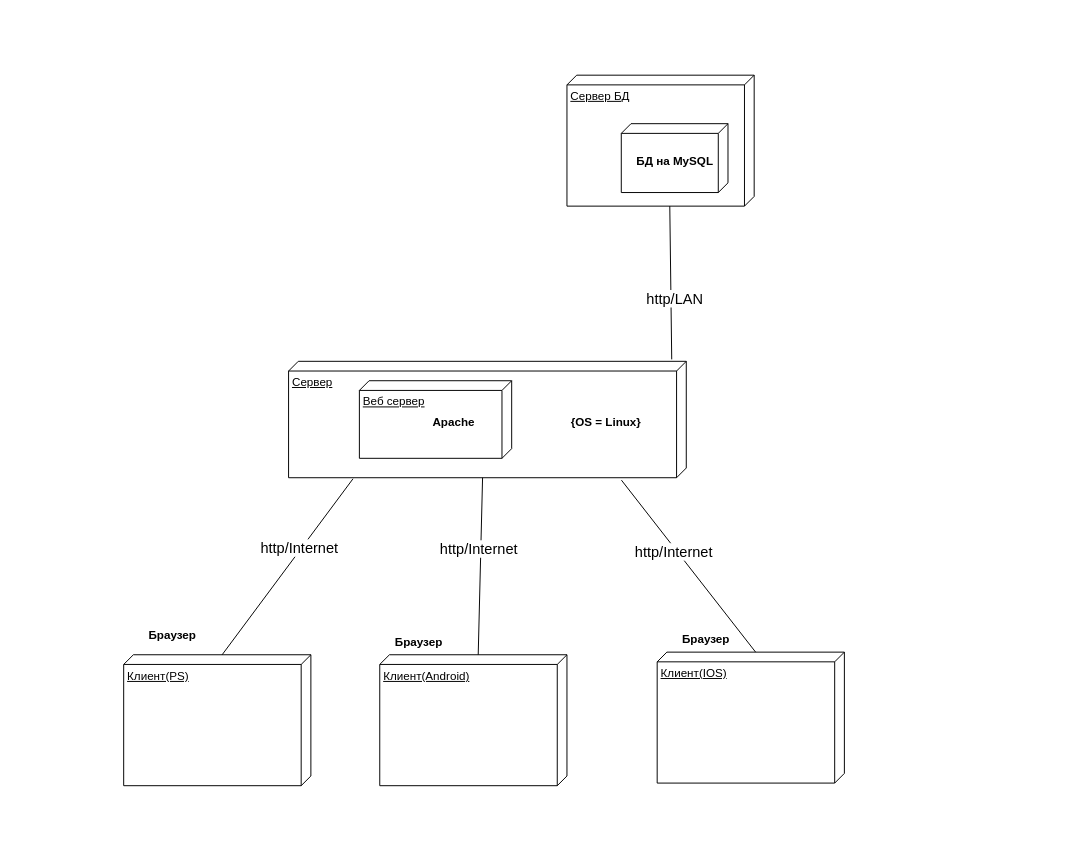
The draw.io diagram page "Страница — 3" (3 of 4) of 5_semester/OOTPiSP/lab_3/3.drawio in Lesha-Chinikailo/PSU_lab, before the edit. Source tidied: cells renumbered, new cells numbered last; positions are measured from the earlier drawing's top-left corner, leaving out a move shared by most shapes. Both pictures are drawn from the tidied source at 97%, with x=0, y=0 at pixel (123, 75).
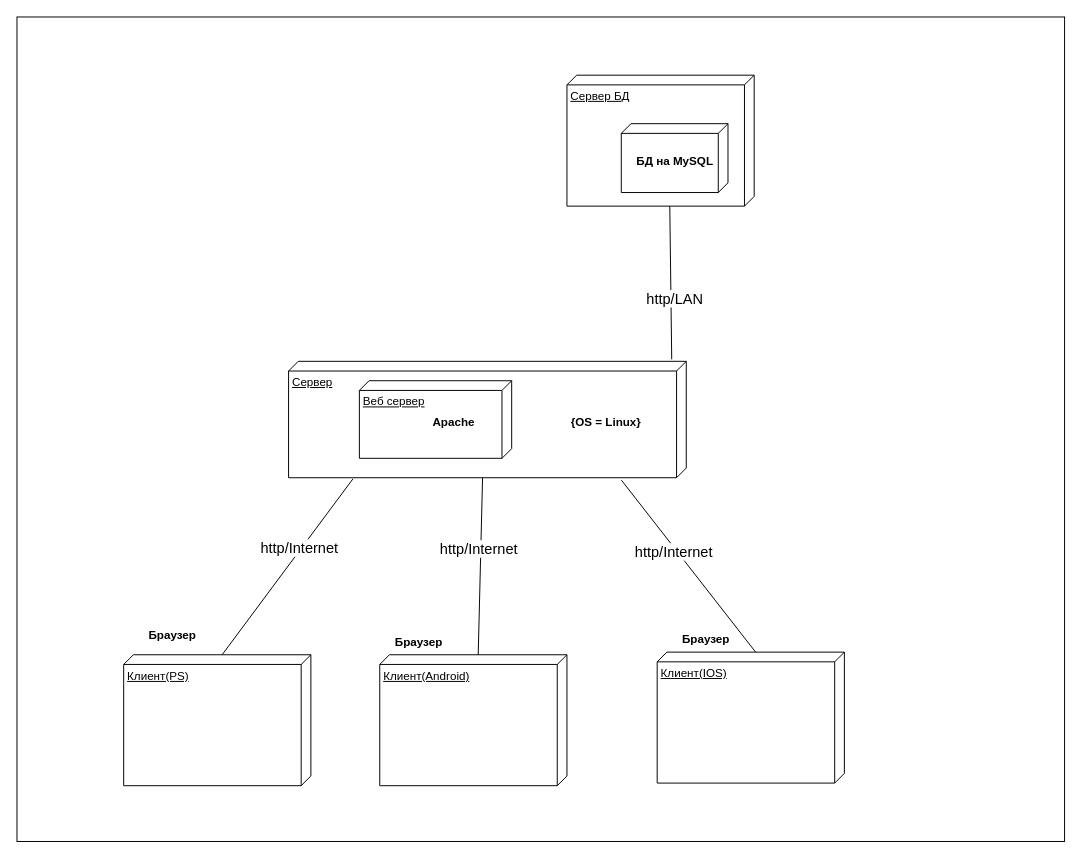
The same page after the edit.

What changed in the source:
```diff
@@
+    <mxCell id="23" style="rounded=0;whiteSpace=wrap;html=1;" parent="1" vertex="1">
+      <mxGeometry x="-110" y="-60" width="1080" height="850" as="geometry" />
+    </mxCell>
```
